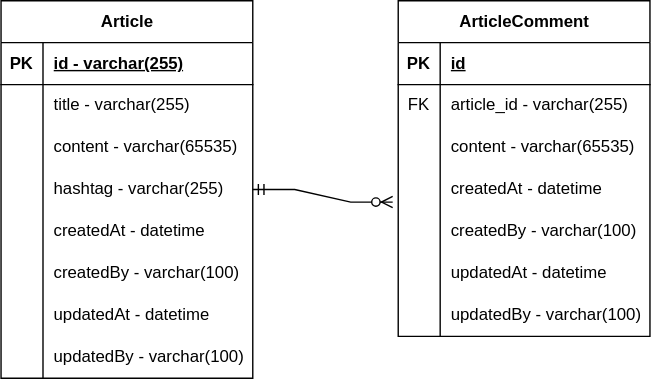
The draw.io diagram document/spring-board-erd.svg in daeyonglee/springboot-board, before a commit. Source tidied: cells renumbered, new cells last; positions are measured from the earlier drawing's top-left corner, leaving out a move shared by most shapes. Source of this version:
```xml
<mxGraphModel>
  <root>
    <mxCell id="0" />
    <mxCell id="1" parent="0" />
    <mxCell id="2" value="Article" style="shape=table;startSize=30;rowLines=0;fontStyle=1;align=center;html=1;" parent="1" vertex="1">
      <mxGeometry width="180" height="270" as="geometry" />
    </mxCell>
    <mxCell id="3" style="shape=tableRow;horizontal=0;startSize=0;swimlaneHead=0;swimlaneBody=0;fillColor=none;top=0;left=0;right=0;bottom=1;" parent="2" vertex="1">
      <mxGeometry y="30" width="180" height="30" as="geometry" />
    </mxCell>
    <mxCell id="4" value="PK" style="shape=partialRectangle;fillColor=none;top=0;left=0;bottom=0;right=0;fontStyle=1;overflow=hidden;whiteSpace=wrap;html=1;" parent="3" vertex="1">
      <mxGeometry width="30" height="30" as="geometry" />
    </mxCell>
    <mxCell id="5" value="id - varchar(255)" style="shape=partialRectangle;fillColor=none;top=0;left=0;bottom=0;right=0;align=left;spacingLeft=6;fontStyle=5;overflow=hidden;whiteSpace=wrap;html=1;" parent="3" vertex="1">
      <mxGeometry x="30" width="150" height="30" as="geometry" />
    </mxCell>
    <mxCell id="6" style="shape=tableRow;horizontal=0;startSize=0;swimlaneHead=0;swimlaneBody=0;fillColor=none;top=0;left=0;right=0;bottom=0;" parent="2" vertex="1">
      <mxGeometry y="60" width="180" height="30" as="geometry" />
    </mxCell>
    <mxCell id="7" style="shape=partialRectangle;fillColor=none;top=0;left=0;bottom=0;right=0;overflow=hidden;whiteSpace=wrap;html=1;" parent="6" vertex="1">
      <mxGeometry width="30" height="30" as="geometry" />
    </mxCell>
    <mxCell id="8" value="title - varchar(255)" style="shape=partialRectangle;fillColor=none;top=0;left=0;bottom=0;right=0;align=left;spacingLeft=6;overflow=hidden;whiteSpace=wrap;html=1;" parent="6" vertex="1">
      <mxGeometry x="30" width="150" height="30" as="geometry" />
    </mxCell>
    <mxCell id="9" style="shape=tableRow;horizontal=0;startSize=0;swimlaneHead=0;swimlaneBody=0;fillColor=none;top=0;left=0;right=0;bottom=0;" parent="2" vertex="1">
      <mxGeometry y="90" width="180" height="30" as="geometry" />
    </mxCell>
    <mxCell id="10" style="shape=partialRectangle;fillColor=none;top=0;left=0;bottom=0;right=0;overflow=hidden;whiteSpace=wrap;html=1;" parent="9" vertex="1">
      <mxGeometry width="30" height="30" as="geometry" />
    </mxCell>
    <mxCell id="11" value="content - varchar(65535)" style="shape=partialRectangle;fillColor=none;top=0;left=0;bottom=0;right=0;align=left;spacingLeft=6;overflow=hidden;whiteSpace=wrap;html=1;" parent="9" vertex="1">
      <mxGeometry x="30" width="150" height="30" as="geometry" />
    </mxCell>
    <mxCell id="12" style="shape=tableRow;horizontal=0;startSize=0;swimlaneHead=0;swimlaneBody=0;fillColor=none;points=[[0,0.5],[1,0.5]];portConstraint=eastwest;top=0;left=0;right=0;bottom=0;" parent="2" vertex="1">
      <mxGeometry y="120" width="180" height="30" as="geometry" />
    </mxCell>
    <mxCell id="13" style="shape=partialRectangle;fillColor=none;top=0;left=0;bottom=0;right=0;overflow=hidden;whiteSpace=wrap;html=1;" parent="12" vertex="1">
      <mxGeometry width="30" height="30" as="geometry" />
    </mxCell>
    <mxCell id="14" value="hashtag - varchar(255)" style="shape=partialRectangle;fillColor=none;top=0;left=0;bottom=0;right=0;align=left;spacingLeft=6;overflow=hidden;whiteSpace=wrap;html=1;" parent="12" vertex="1">
      <mxGeometry x="30" width="150" height="30" as="geometry" />
    </mxCell>
    <mxCell id="15" style="shape=tableRow;horizontal=0;startSize=0;swimlaneHead=0;swimlaneBody=0;fillColor=none;top=0;left=0;right=0;bottom=0;" parent="2" vertex="1">
      <mxGeometry y="150" width="180" height="30" as="geometry" />
    </mxCell>
    <mxCell id="16" style="shape=partialRectangle;fillColor=none;top=0;left=0;bottom=0;right=0;overflow=hidden;whiteSpace=wrap;html=1;" parent="15" vertex="1">
      <mxGeometry width="30" height="30" as="geometry" />
    </mxCell>
    <mxCell id="17" value="createdAt - datetime" style="shape=partialRectangle;fillColor=none;top=0;left=0;bottom=0;right=0;align=left;spacingLeft=6;overflow=hidden;whiteSpace=wrap;html=1;" parent="15" vertex="1">
      <mxGeometry x="30" width="150" height="30" as="geometry" />
    </mxCell>
    <mxCell id="18" style="shape=tableRow;horizontal=0;startSize=0;swimlaneHead=0;swimlaneBody=0;fillColor=none;top=0;left=0;right=0;bottom=0;" parent="2" vertex="1">
      <mxGeometry y="180" width="180" height="30" as="geometry" />
    </mxCell>
    <mxCell id="19" style="shape=partialRectangle;fillColor=none;top=0;left=0;bottom=0;right=0;overflow=hidden;whiteSpace=wrap;html=1;" parent="18" vertex="1">
      <mxGeometry width="30" height="30" as="geometry" />
    </mxCell>
    <mxCell id="20" value="createdBy - varchar(100)" style="shape=partialRectangle;fillColor=none;top=0;left=0;bottom=0;right=0;align=left;spacingLeft=6;overflow=hidden;whiteSpace=wrap;html=1;" parent="18" vertex="1">
      <mxGeometry x="30" width="150" height="30" as="geometry" />
    </mxCell>
    <mxCell id="21" style="shape=tableRow;horizontal=0;startSize=0;swimlaneHead=0;swimlaneBody=0;fillColor=none;top=0;left=0;right=0;bottom=0;" parent="2" vertex="1">
      <mxGeometry y="210" width="180" height="30" as="geometry" />
    </mxCell>
    <mxCell id="22" style="shape=partialRectangle;fillColor=none;top=0;left=0;bottom=0;right=0;overflow=hidden;whiteSpace=wrap;html=1;" parent="21" vertex="1">
      <mxGeometry width="30" height="30" as="geometry" />
    </mxCell>
    <mxCell id="23" value="updatedAt - datetime" style="shape=partialRectangle;fillColor=none;top=0;left=0;bottom=0;right=0;align=left;spacingLeft=6;overflow=hidden;whiteSpace=wrap;html=1;" parent="21" vertex="1">
      <mxGeometry x="30" width="150" height="30" as="geometry" />
    </mxCell>
    <mxCell id="24" style="shape=tableRow;horizontal=0;startSize=0;swimlaneHead=0;swimlaneBody=0;fillColor=none;top=0;left=0;right=0;bottom=0;" parent="2" vertex="1">
      <mxGeometry y="240" width="180" height="30" as="geometry" />
    </mxCell>
    <mxCell id="25" style="shape=partialRectangle;fillColor=none;top=0;left=0;bottom=0;right=0;overflow=hidden;whiteSpace=wrap;html=1;" parent="24" vertex="1">
      <mxGeometry width="30" height="30" as="geometry" />
    </mxCell>
    <mxCell id="26" value="updatedBy - varchar(100)" style="shape=partialRectangle;fillColor=none;top=0;left=0;bottom=0;right=0;align=left;spacingLeft=6;overflow=hidden;whiteSpace=wrap;html=1;" parent="24" vertex="1">
      <mxGeometry x="30" width="150" height="30" as="geometry" />
    </mxCell>
    <mxCell id="27" value="ArticleComment" style="shape=table;startSize=30;rowLines=0;fontStyle=1;align=center;html=1;" parent="1" vertex="1">
      <mxGeometry x="284" width="180" height="240" as="geometry" />
    </mxCell>
    <mxCell id="28" style="shape=tableRow;horizontal=0;startSize=0;swimlaneHead=0;swimlaneBody=0;fillColor=none;top=0;left=0;right=0;bottom=1;" parent="27" vertex="1">
      <mxGeometry y="30" width="180" height="30" as="geometry" />
    </mxCell>
    <mxCell id="29" value="PK" style="shape=partialRectangle;fillColor=none;top=0;left=0;bottom=0;right=0;fontStyle=1;overflow=hidden;whiteSpace=wrap;html=1;" parent="28" vertex="1">
      <mxGeometry width="30" height="30" as="geometry" />
    </mxCell>
    <mxCell id="30" value="id" style="shape=partialRectangle;fillColor=none;top=0;left=0;bottom=0;right=0;align=left;spacingLeft=6;fontStyle=5;overflow=hidden;whiteSpace=wrap;html=1;" parent="28" vertex="1">
      <mxGeometry x="30" width="150" height="30" as="geometry" />
    </mxCell>
    <mxCell id="31" style="shape=tableRow;horizontal=0;startSize=0;swimlaneHead=0;swimlaneBody=0;fillColor=none;top=0;left=0;right=0;bottom=0;" parent="27" vertex="1">
      <mxGeometry y="60" width="180" height="30" as="geometry" />
    </mxCell>
    <mxCell id="32" value="FK" style="shape=partialRectangle;fillColor=none;top=0;left=0;bottom=0;right=0;overflow=hidden;whiteSpace=wrap;html=1;" parent="31" vertex="1">
      <mxGeometry width="30" height="30" as="geometry" />
    </mxCell>
    <mxCell id="33" value="article_id - varchar(255)" style="shape=partialRectangle;fillColor=none;top=0;left=0;bottom=0;right=0;align=left;spacingLeft=6;overflow=hidden;whiteSpace=wrap;html=1;" parent="31" vertex="1">
      <mxGeometry x="30" width="150" height="30" as="geometry" />
    </mxCell>
    <mxCell id="34" style="shape=tableRow;horizontal=0;startSize=0;swimlaneHead=0;swimlaneBody=0;fillColor=none;top=0;left=0;right=0;bottom=0;" parent="27" vertex="1">
      <mxGeometry y="90" width="180" height="30" as="geometry" />
    </mxCell>
    <mxCell id="35" style="shape=partialRectangle;fillColor=none;top=0;left=0;bottom=0;right=0;overflow=hidden;whiteSpace=wrap;html=1;" parent="34" vertex="1">
      <mxGeometry width="30" height="30" as="geometry" />
    </mxCell>
    <mxCell id="36" value="content - varchar(65535)" style="shape=partialRectangle;fillColor=none;top=0;left=0;bottom=0;right=0;align=left;spacingLeft=6;overflow=hidden;whiteSpace=wrap;html=1;" parent="34" vertex="1">
      <mxGeometry x="30" width="150" height="30" as="geometry" />
    </mxCell>
    <mxCell id="37" style="shape=tableRow;horizontal=0;startSize=0;swimlaneHead=0;swimlaneBody=0;fillColor=none;points=[[0,0.5],[1,0.5]];portConstraint=eastwest;top=0;left=0;right=0;bottom=0;" parent="27" vertex="1">
      <mxGeometry y="120" width="180" height="30" as="geometry" />
    </mxCell>
    <mxCell id="38" style="shape=partialRectangle;fillColor=none;top=0;left=0;bottom=0;right=0;overflow=hidden;whiteSpace=wrap;html=1;" parent="37" vertex="1">
      <mxGeometry width="30" height="30" as="geometry" />
    </mxCell>
    <mxCell id="39" value="createdAt - datetime" style="shape=partialRectangle;fillColor=none;top=0;left=0;bottom=0;right=0;align=left;spacingLeft=6;overflow=hidden;whiteSpace=wrap;html=1;" parent="37" vertex="1">
      <mxGeometry x="30" width="150" height="30" as="geometry" />
    </mxCell>
    <mxCell id="40" style="shape=tableRow;horizontal=0;startSize=0;swimlaneHead=0;swimlaneBody=0;fillColor=none;top=0;left=0;right=0;bottom=0;" parent="27" vertex="1">
      <mxGeometry y="150" width="180" height="30" as="geometry" />
    </mxCell>
    <mxCell id="41" style="shape=partialRectangle;fillColor=none;top=0;left=0;bottom=0;right=0;overflow=hidden;whiteSpace=wrap;html=1;" parent="40" vertex="1">
      <mxGeometry width="30" height="30" as="geometry" />
    </mxCell>
    <mxCell id="42" value="createdBy - varchar(100)" style="shape=partialRectangle;fillColor=none;top=0;left=0;bottom=0;right=0;align=left;spacingLeft=6;overflow=hidden;whiteSpace=wrap;html=1;" parent="40" vertex="1">
      <mxGeometry x="30" width="150" height="30" as="geometry" />
    </mxCell>
    <mxCell id="43" style="shape=tableRow;horizontal=0;startSize=0;swimlaneHead=0;swimlaneBody=0;fillColor=none;top=0;left=0;right=0;bottom=0;" parent="27" vertex="1">
      <mxGeometry y="180" width="180" height="30" as="geometry" />
    </mxCell>
    <mxCell id="44" style="shape=partialRectangle;fillColor=none;top=0;left=0;bottom=0;right=0;overflow=hidden;whiteSpace=wrap;html=1;" parent="43" vertex="1">
      <mxGeometry width="30" height="30" as="geometry" />
    </mxCell>
    <mxCell id="45" value="updatedAt - datetime" style="shape=partialRectangle;fillColor=none;top=0;left=0;bottom=0;right=0;align=left;spacingLeft=6;overflow=hidden;whiteSpace=wrap;html=1;" parent="43" vertex="1">
      <mxGeometry x="30" width="150" height="30" as="geometry" />
    </mxCell>
    <mxCell id="46" style="shape=tableRow;horizontal=0;startSize=0;swimlaneHead=0;swimlaneBody=0;fillColor=none;top=0;left=0;right=0;bottom=0;" parent="27" vertex="1">
      <mxGeometry y="210" width="180" height="30" as="geometry" />
    </mxCell>
    <mxCell id="47" style="shape=partialRectangle;fillColor=none;top=0;left=0;bottom=0;right=0;overflow=hidden;whiteSpace=wrap;html=1;" parent="46" vertex="1">
      <mxGeometry width="30" height="30" as="geometry" />
    </mxCell>
    <mxCell id="48" value="updatedBy - varchar(100)" style="shape=partialRectangle;fillColor=none;top=0;left=0;bottom=0;right=0;align=left;spacingLeft=6;overflow=hidden;whiteSpace=wrap;html=1;" parent="46" vertex="1">
      <mxGeometry x="30" width="150" height="30" as="geometry" />
    </mxCell>
    <mxCell id="49" style="edgeStyle=entityRelationEdgeStyle;fontSize=12;html=1;endArrow=ERzeroToMany;startArrow=ERmandOne;rounded=0;exitX=1;exitY=0.5;exitDx=0;exitDy=0;entryX=-0.022;entryY=0.8;entryDx=0;entryDy=0;entryPerimeter=0;" parent="1" edge="1" source="12" target="37">
      <mxGeometry relative="1" as="geometry">
        <Array as="points">
          <mxPoint x="280" y="120" />
        </Array>
      </mxGeometry>
    </mxCell>
  </root>
</mxGraphModel>
```
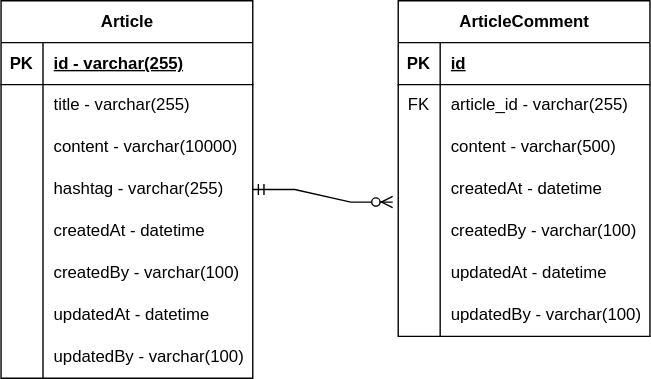
The same file after the commit.

What changed in the source:
```diff
@@ -29,7 +29,7 @@
     <mxCell id="10" style="shape=partialRectangle;fillColor=none;top=0;left=0;bottom=0;right=0;overflow=hidden;whiteSpace=wrap;html=1;" parent="9" vertex="1">
       <mxGeometry width="30" height="30" as="geometry" />
     </mxCell>
-    <mxCell id="11" value="content - varchar(65535)" style="shape=partialRectangle;fillColor=none;top=0;left=0;bottom=0;right=0;align=left;spacingLeft=6;overflow=hidden;whiteSpace=wrap;html=1;" parent="9" vertex="1">
+    <mxCell id="11" value="content - varchar(10000)" style="shape=partialRectangle;fillColor=none;top=0;left=0;bottom=0;right=0;align=left;spacingLeft=6;overflow=hidden;whiteSpace=wrap;html=1;" parent="9" vertex="1">
       <mxGeometry x="30" width="150" height="30" as="geometry" />
     </mxCell>
     <mxCell id="12" style="shape=tableRow;horizontal=0;startSize=0;swimlaneHead=0;swimlaneBody=0;fillColor=none;points=[[0,0.5],[1,0.5]];portConstraint=eastwest;top=0;left=0;right=0;bottom=0;" parent="2" vertex="1">
@@ -104,7 +104,7 @@
     <mxCell id="35" style="shape=partialRectangle;fillColor=none;top=0;left=0;bottom=0;right=0;overflow=hidden;whiteSpace=wrap;html=1;" parent="34" vertex="1">
       <mxGeometry width="30" height="30" as="geometry" />
     </mxCell>
-    <mxCell id="36" value="content - varchar(65535)" style="shape=partialRectangle;fillColor=none;top=0;left=0;bottom=0;right=0;align=left;spacingLeft=6;overflow=hidden;whiteSpace=wrap;html=1;" parent="34" vertex="1">
+    <mxCell id="36" value="content - varchar(500)" style="shape=partialRectangle;fillColor=none;top=0;left=0;bottom=0;right=0;align=left;spacingLeft=6;overflow=hidden;whiteSpace=wrap;html=1;" parent="34" vertex="1">
       <mxGeometry x="30" width="150" height="30" as="geometry" />
     </mxCell>
     <mxCell id="37" style="shape=tableRow;horizontal=0;startSize=0;swimlaneHead=0;swimlaneBody=0;fillColor=none;points=[[0,0.5],[1,0.5]];portConstraint=eastwest;top=0;left=0;right=0;bottom=0;" parent="27" vertex="1">
```
